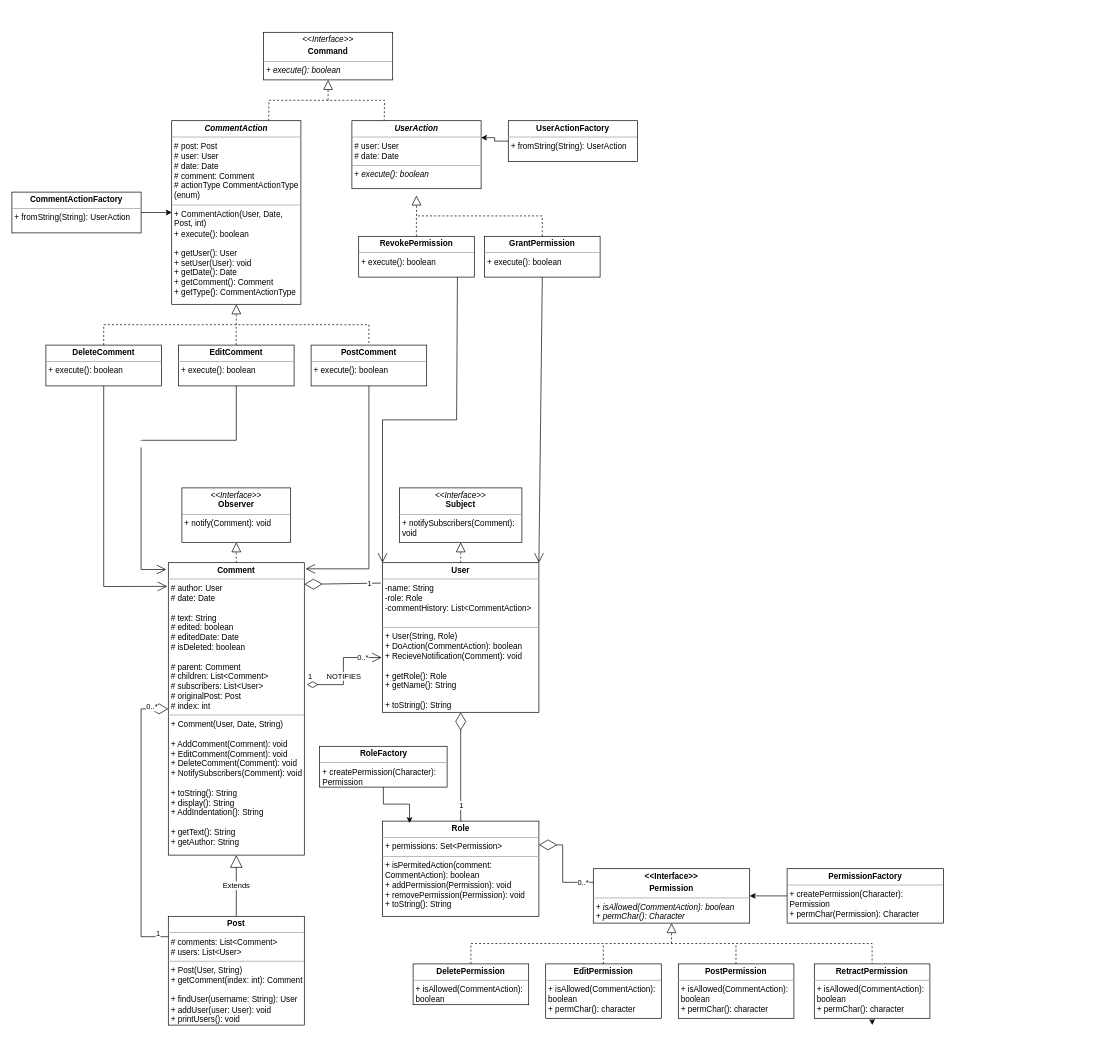
Above: UML.drawio in pricedown/ThreadedComments (draw.io), before the change. Source tidied: cells renumbered, new cells numbered last; positions are measured from the earlier drawing's top-left corner, leaving out a move shared by most shapes. Both pictures are drawn from the tidied source at 68%, with x=0, y=0 at pixel (12, 12).
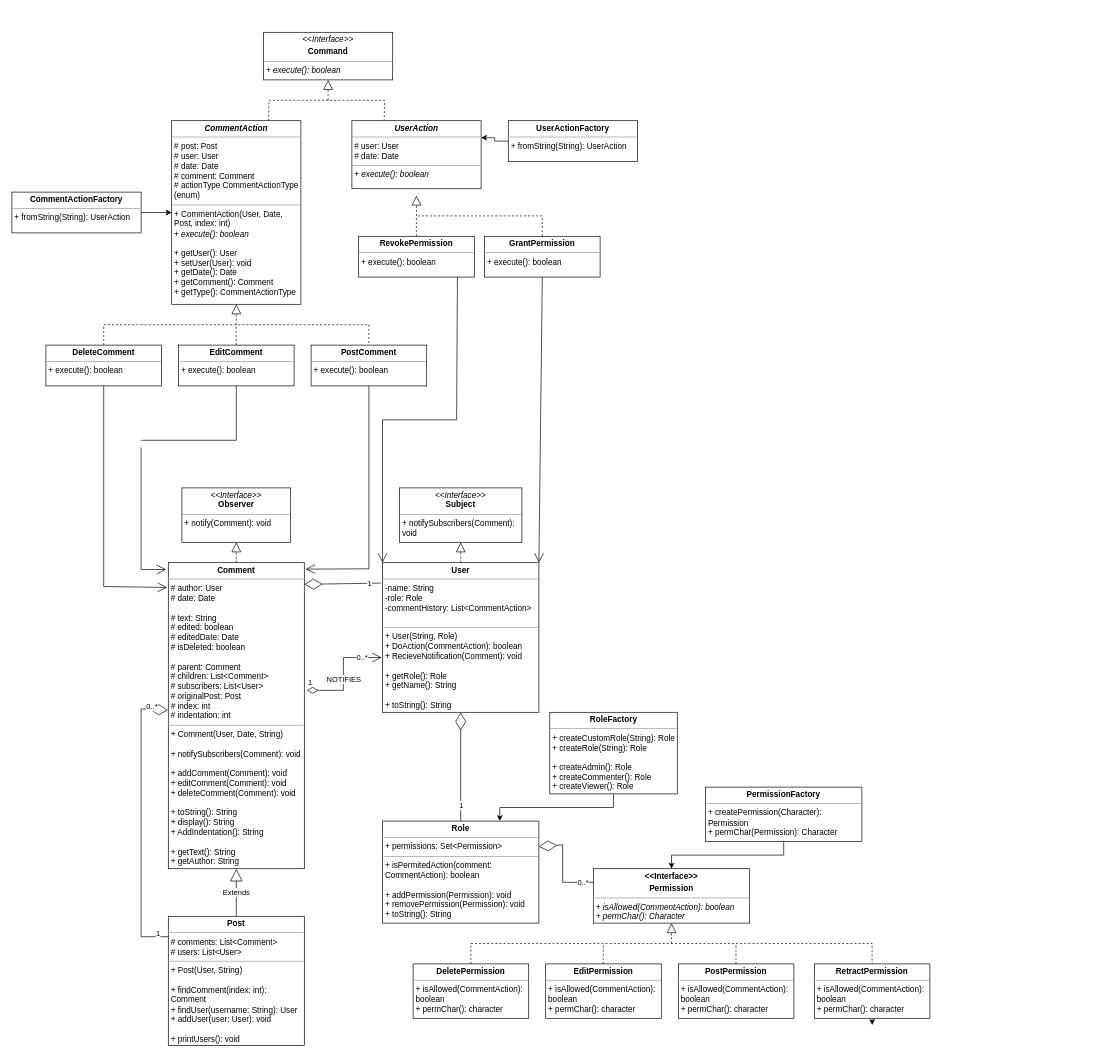
Above is the later version.

The change refers to these unchanged cells:
```xml
<mxCell id="14" style="group;" parent="13" vertex="1">
  <mxGeometry width="1090" height="640" as="geometry" />
</mxCell>
<mxCell id="15" style="group;" parent="14" vertex="1">
  <mxGeometry x="35" y="380" width="825" height="290" as="geometry" />
</mxCell>
<mxCell id="17" value="&lt;p style=&quot;margin:0px;margin-top:4px;text-align:center;&quot;&gt;&lt;b&gt;&amp;lt;&amp;lt;Interface&amp;gt;&amp;gt;&lt;/b&gt;&lt;/p&gt;&lt;p style=&quot;margin:0px;margin-top:4px;text-align:center;&quot;&gt;&lt;b&gt;Permission&lt;/b&gt;&lt;/p&gt;&lt;hr size=&quot;1&quot;&gt;&lt;p style=&quot;margin:0px;margin-left:4px;&quot;&gt;&lt;span style=&quot;background-color: initial;&quot;&gt;&lt;i&gt;+ isAllowed(CommentAction): boolean&lt;/i&gt;&lt;/span&gt;&lt;/p&gt;&lt;p style=&quot;margin:0px;margin-left:4px;&quot;&gt;&lt;i&gt;+ permChar(): Character&lt;/i&gt;&lt;/p&gt;" style="verticalAlign=top;align=left;overflow=fill;fontSize=12;fontFamily=Helvetica;html=1;whiteSpace=wrap;" parent="15" vertex="1">
  <mxGeometry x="310" y="70" width="230" height="80" as="geometry" />
</mxCell>
<mxCell id="41" style="group;" parent="40" vertex="1">
  <mxGeometry width="560" height="390" as="geometry" />
</mxCell>
```

What changed in the source:
```diff
@@
     <mxCell id="2" style="group;" parent="1" vertex="1">
-      <mxGeometry x="190" y="810" width="240" height="680" as="geometry" />
+      <mxGeometry x="190" y="810" width="240" height="710" as="geometry" />
     </mxCell>
     <mxCell id="3" style="group;" parent="2" vertex="1">
-      <mxGeometry width="240" height="680" as="geometry" />
+      <mxGeometry width="240" height="710" as="geometry" />
     </mxCell>
-    <mxCell id="4" value="&lt;p style=&quot;margin:0px;margin-top:4px;text-align:center;&quot;&gt;&lt;b&gt;Comment&lt;/b&gt;&lt;/p&gt;&lt;hr size=&quot;1&quot;&gt;&lt;p style=&quot;margin:0px;margin-left:4px;&quot;&gt;# author: User&lt;/p&gt;&lt;p style=&quot;margin:0px;margin-left:4px;&quot;&gt;# date: Date&lt;/p&gt;&lt;p style=&quot;margin:0px;margin-left:4px;&quot;&gt;&lt;br&gt;&lt;/p&gt;&lt;p style=&quot;margin:0px;margin-left:4px;&quot;&gt;# text: String&lt;/p&gt;&lt;p style=&quot;margin:0px;margin-left:4px;&quot;&gt;# edited: boolean&lt;/p&gt;&lt;p style=&quot;margin:0px;margin-left:4px;&quot;&gt;# editedDate: Date&lt;/p&gt;&lt;p style=&quot;margin:0px;margin-left:4px;&quot;&gt;# isDeleted: boolean&lt;/p&gt;&lt;p style=&quot;margin:0px;margin-left:4px;&quot;&gt;&lt;br&gt;&lt;/p&gt;&lt;p style=&quot;margin:0px;margin-left:4px;&quot;&gt;# parent: Comment&lt;/p&gt;&lt;p style=&quot;margin:0px;margin-left:4px;&quot;&gt;# children: List&amp;lt;Comment&amp;gt;&lt;/p&gt;&lt;p style=&quot;margin:0px;margin-left:4px;&quot;&gt;# subscribers: List&amp;lt;User&amp;gt;&lt;/p&gt;&lt;p style=&quot;border-color: var(--border-color); margin: 0px 0px 0px 4px;&quot;&gt;# originalPost: Post&lt;/p&gt;&lt;p style=&quot;border-color: var(--border-color); margin: 0px 0px 0px 4px;&quot;&gt;# index: int&lt;/p&gt;&lt;hr size=&quot;1&quot;&gt;&lt;p style=&quot;margin:0px;margin-left:4px;&quot;&gt;+ Comment(User, Date, String)&lt;/p&gt;&lt;p style=&quot;margin:0px;margin-left:4px;&quot;&gt;&lt;br&gt;&lt;/p&gt;&lt;p style=&quot;margin:0px;margin-left:4px;&quot;&gt;&lt;span style=&quot;background-color: initial;&quot;&gt;+ AddComment(Comment): void&lt;/span&gt;&lt;br&gt;&lt;/p&gt;&lt;p style=&quot;margin:0px;margin-left:4px;&quot;&gt;&lt;span style=&quot;background-color: initial;&quot;&gt;+ EditComment(Comment): void&lt;/span&gt;&lt;/p&gt;&lt;p style=&quot;margin:0px;margin-left:4px;&quot;&gt;&lt;span style=&quot;background-color: initial;&quot;&gt;+ DeleteComment(Comment): void&lt;/span&gt;&lt;/p&gt;&lt;p style=&quot;margin:0px;margin-left:4px;&quot;&gt;+ NotifySubscribers(Comment): void&lt;/p&gt;&lt;p style=&quot;margin:0px;margin-left:4px;&quot;&gt;&lt;br&gt;&lt;/p&gt;&lt;p style=&quot;margin:0px;margin-left:4px;&quot;&gt;+ toString(): String&lt;/p&gt;&lt;p style=&quot;margin:0px;margin-left:4px;&quot;&gt;+ display(): String&lt;/p&gt;&lt;p style=&quot;margin:0px;margin-left:4px;&quot;&gt;+ AddIndentation(): String&lt;/p&gt;&lt;p style=&quot;margin:0px;margin-left:4px;&quot;&gt;&lt;br&gt;&lt;/p&gt;&lt;p style=&quot;margin:0px;margin-left:4px;&quot;&gt;+ getText(): String&lt;/p&gt;&lt;p style=&quot;margin:0px;margin-left:4px;&quot;&gt;+ getAuthor: String&lt;/p&gt;" style="verticalAlign=top;align=left;overflow=fill;fontSize=12;fontFamily=Helvetica;html=1;whiteSpace=wrap;" parent="3" vertex="1">
-      <mxGeometry x="40" width="200" height="430" as="geometry" />
+    <mxCell id="4" value="&lt;p style=&quot;margin:0px;margin-top:4px;text-align:center;&quot;&gt;&lt;b&gt;Comment&lt;/b&gt;&lt;/p&gt;&lt;hr size=&quot;1&quot;&gt;&lt;p style=&quot;margin:0px;margin-left:4px;&quot;&gt;# author: User&lt;/p&gt;&lt;p style=&quot;margin:0px;margin-left:4px;&quot;&gt;# date: Date&lt;/p&gt;&lt;p style=&quot;margin:0px;margin-left:4px;&quot;&gt;&lt;br&gt;&lt;/p&gt;&lt;p style=&quot;margin:0px;margin-left:4px;&quot;&gt;# text: String&lt;/p&gt;&lt;p style=&quot;margin:0px;margin-left:4px;&quot;&gt;# edited: boolean&lt;/p&gt;&lt;p style=&quot;margin:0px;margin-left:4px;&quot;&gt;# editedDate: Date&lt;/p&gt;&lt;p style=&quot;margin:0px;margin-left:4px;&quot;&gt;# isDeleted: boolean&lt;/p&gt;&lt;p style=&quot;margin:0px;margin-left:4px;&quot;&gt;&lt;br&gt;&lt;/p&gt;&lt;p style=&quot;margin:0px;margin-left:4px;&quot;&gt;# parent: Comment&lt;/p&gt;&lt;p style=&quot;margin:0px;margin-left:4px;&quot;&gt;# children: List&amp;lt;Comment&amp;gt;&lt;/p&gt;&lt;p style=&quot;margin:0px;margin-left:4px;&quot;&gt;# subscribers: List&amp;lt;User&amp;gt;&lt;/p&gt;&lt;p style=&quot;border-color: var(--border-color); margin: 0px 0px 0px 4px;&quot;&gt;# originalPost: Post&lt;/p&gt;&lt;p style=&quot;border-color: var(--border-color); margin: 0px 0px 0px 4px;&quot;&gt;# index: int&lt;/p&gt;&lt;p style=&quot;border-color: var(--border-color); margin: 0px 0px 0px 4px;&quot;&gt;# indentation: int&lt;/p&gt;&lt;hr size=&quot;1&quot;&gt;&lt;p style=&quot;margin:0px;margin-left:4px;&quot;&gt;+ Comment(User, Date, String)&lt;/p&gt;&lt;p style=&quot;margin:0px;margin-left:4px;&quot;&gt;&lt;br&gt;&lt;/p&gt;&lt;p style=&quot;border-color: var(--border-color); margin: 0px 0px 0px 4px;&quot;&gt;+ notifySubscribers(Comment): void&lt;/p&gt;&lt;p style=&quot;border-color: var(--border-color); margin: 0px 0px 0px 4px;&quot;&gt;&lt;br&gt;&lt;/p&gt;&lt;p style=&quot;margin:0px;margin-left:4px;&quot;&gt;&lt;span style=&quot;background-color: initial;&quot;&gt;+ addComment(Comment): void&lt;/span&gt;&lt;br&gt;&lt;/p&gt;&lt;p style=&quot;margin:0px;margin-left:4px;&quot;&gt;&lt;span style=&quot;background-color: initial;&quot;&gt;+ editComment(Comment): void&lt;/span&gt;&lt;/p&gt;&lt;p style=&quot;margin:0px;margin-left:4px;&quot;&gt;&lt;span style=&quot;background-color: initial;&quot;&gt;+ deleteComment(Comment): void&lt;/span&gt;&lt;/p&gt;&lt;p style=&quot;margin:0px;margin-left:4px;&quot;&gt;&lt;br&gt;&lt;/p&gt;&lt;p style=&quot;margin:0px;margin-left:4px;&quot;&gt;+ toString(): String&lt;/p&gt;&lt;p style=&quot;margin:0px;margin-left:4px;&quot;&gt;+ display(): String&lt;/p&gt;&lt;p style=&quot;margin:0px;margin-left:4px;&quot;&gt;+ AddIndentation(): String&lt;/p&gt;&lt;p style=&quot;margin:0px;margin-left:4px;&quot;&gt;&lt;br&gt;&lt;/p&gt;&lt;p style=&quot;margin:0px;margin-left:4px;&quot;&gt;+ getText(): String&lt;/p&gt;&lt;p style=&quot;margin:0px;margin-left:4px;&quot;&gt;+ getAuthor: String&lt;/p&gt;" style="verticalAlign=top;align=left;overflow=fill;fontSize=12;fontFamily=Helvetica;html=1;whiteSpace=wrap;" parent="3" vertex="1">
+      <mxGeometry x="40" width="200" height="450" as="geometry" />
     </mxCell>
-    <mxCell id="5" value="&lt;p style=&quot;margin:0px;margin-top:4px;text-align:center;&quot;&gt;&lt;b&gt;Post&lt;/b&gt;&lt;/p&gt;&lt;hr size=&quot;1&quot;&gt;&lt;p style=&quot;margin:0px;margin-left:4px;&quot;&gt;&lt;span style=&quot;background-color: initial;&quot;&gt;# comments: List&amp;lt;Comment&amp;gt;&lt;/span&gt;&lt;br&gt;&lt;/p&gt;&lt;p style=&quot;margin:0px;margin-left:4px;&quot;&gt;# users: List&amp;lt;User&amp;gt;&lt;/p&gt;&lt;hr size=&quot;1&quot;&gt;&lt;p style=&quot;margin:0px;margin-left:4px;&quot;&gt;+ Post(User, String)&lt;/p&gt;&lt;p style=&quot;margin:0px;margin-left:4px;&quot;&gt;+ getComment(index: int): Comment&lt;/p&gt;&lt;p style=&quot;margin:0px;margin-left:4px;&quot;&gt;&lt;br&gt;&lt;/p&gt;&lt;p style=&quot;margin:0px;margin-left:4px;&quot;&gt;+ findUser(username: String): User&lt;/p&gt;&lt;p style=&quot;margin:0px;margin-left:4px;&quot;&gt;+ addUser(user: User): void&lt;/p&gt;&lt;p style=&quot;margin:0px;margin-left:4px;&quot;&gt;+ printUsers(): void&lt;/p&gt;" style="verticalAlign=top;align=left;overflow=fill;fontSize=12;fontFamily=Helvetica;html=1;whiteSpace=wrap;" parent="3" vertex="1">
-      <mxGeometry x="40" y="520" width="200" height="160" as="geometry" />
+    <mxCell id="5" value="&lt;p style=&quot;margin:0px;margin-top:4px;text-align:center;&quot;&gt;&lt;b&gt;Post&lt;/b&gt;&lt;/p&gt;&lt;hr size=&quot;1&quot;&gt;&lt;p style=&quot;margin:0px;margin-left:4px;&quot;&gt;&lt;span style=&quot;background-color: initial;&quot;&gt;# comments: List&amp;lt;Comment&amp;gt;&lt;/span&gt;&lt;br&gt;&lt;/p&gt;&lt;p style=&quot;margin:0px;margin-left:4px;&quot;&gt;# users: List&amp;lt;User&amp;gt;&lt;/p&gt;&lt;hr size=&quot;1&quot;&gt;&lt;p style=&quot;margin:0px;margin-left:4px;&quot;&gt;+ Post(User, String)&lt;/p&gt;&lt;p style=&quot;margin:0px;margin-left:4px;&quot;&gt;&lt;br&gt;&lt;/p&gt;&lt;p style=&quot;margin:0px;margin-left:4px;&quot;&gt;+ findComment(index: int): Comment&lt;/p&gt;&lt;p style=&quot;margin:0px;margin-left:4px;&quot;&gt;+ findUser(username: String): User&lt;/p&gt;&lt;p style=&quot;margin:0px;margin-left:4px;&quot;&gt;+ addUser(user: User): void&lt;/p&gt;&lt;p style=&quot;margin:0px;margin-left:4px;&quot;&gt;&lt;br&gt;&lt;/p&gt;&lt;p style=&quot;margin:0px;margin-left:4px;&quot;&gt;+ printUsers(): void&lt;/p&gt;" style="verticalAlign=top;align=left;overflow=fill;fontSize=12;fontFamily=Helvetica;html=1;whiteSpace=wrap;" parent="3" vertex="1">
+      <mxGeometry x="40" y="520" width="200" height="190" as="geometry" />
     </mxCell>
@@
-    <mxCell id="7" style="endArrow=diamondThin;endFill=0;endSize=24;html=1;rounded=0;entryX=0;entryY=0.5;entryDx=0;entryDy=0;" parent="3" edge="1" target="4">
+    <mxCell id="7" style="endArrow=diamondThin;endFill=0;endSize=24;html=1;rounded=0;entryX=-0.003;entryY=0.482;entryDx=0;entryDy=0;entryPerimeter=0;" parent="3" edge="1" target="4">
       <mxGeometry relative="1" as="geometry">
         <mxPoint x="40" y="550" as="sourcePoint" />
         <Array as="points">
           <mxPoint y="550" />
           <mxPoint y="215" />
         </Array>
       </mxGeometry>
     </mxCell>
@@
-    <mxCell id="16" value="&lt;p style=&quot;margin:0px;margin-top:4px;text-align:center;&quot;&gt;&lt;b&gt;Role&lt;/b&gt;&lt;/p&gt;&lt;hr size=&quot;1&quot;&gt;&lt;p style=&quot;margin:0px;margin-left:4px;&quot;&gt;&lt;span style=&quot;background-color: initial;&quot;&gt;+ permissions: Set&amp;lt;Permission&amp;gt;&lt;/span&gt;&lt;span style=&quot;background-color: initial;&quot;&gt;&amp;nbsp;&lt;/span&gt;&lt;/p&gt;&lt;hr size=&quot;1&quot;&gt;&lt;p style=&quot;margin:0px;margin-left:4px;&quot;&gt;+ isPermitedAction(comment: CommentAction): boolean&lt;/p&gt;&lt;p style=&quot;margin:0px;margin-left:4px;&quot;&gt;+ addPermission(Permission): void&lt;/p&gt;&lt;p style=&quot;margin:0px;margin-left:4px;&quot;&gt;+ removePermission(Permission): void&lt;/p&gt;&lt;p style=&quot;margin:0px;margin-left:4px;&quot;&gt;+ toString(): String&lt;/p&gt;" style="verticalAlign=top;align=left;overflow=fill;fontSize=12;fontFamily=Helvetica;html=1;whiteSpace=wrap;" parent="15" vertex="1">
-      <mxGeometry width="230" height="140" as="geometry" />
+    <mxCell id="16" value="&lt;p style=&quot;margin:0px;margin-top:4px;text-align:center;&quot;&gt;&lt;b&gt;Role&lt;/b&gt;&lt;/p&gt;&lt;hr size=&quot;1&quot;&gt;&lt;p style=&quot;margin:0px;margin-left:4px;&quot;&gt;&lt;span style=&quot;background-color: initial;&quot;&gt;+ permissions: Set&amp;lt;Permission&amp;gt;&lt;/span&gt;&lt;span style=&quot;background-color: initial;&quot;&gt;&amp;nbsp;&lt;/span&gt;&lt;/p&gt;&lt;hr size=&quot;1&quot;&gt;&lt;p style=&quot;margin:0px;margin-left:4px;&quot;&gt;+ isPermitedAction(comment: CommentAction): boolean&lt;/p&gt;&lt;p style=&quot;margin:0px;margin-left:4px;&quot;&gt;&lt;br&gt;&lt;/p&gt;&lt;p style=&quot;margin:0px;margin-left:4px;&quot;&gt;+ addPermission(Permission): void&lt;/p&gt;&lt;p style=&quot;margin:0px;margin-left:4px;&quot;&gt;+ removePermission(Permission): void&lt;/p&gt;&lt;p style=&quot;margin:0px;margin-left:4px;&quot;&gt;+ toString(): String&lt;/p&gt;" style="verticalAlign=top;align=left;overflow=fill;fontSize=12;fontFamily=Helvetica;html=1;whiteSpace=wrap;" parent="15" vertex="1">
+      <mxGeometry width="230" height="150" as="geometry" />
     </mxCell>
@@
-    <mxCell id="18" value="&lt;p style=&quot;margin:0px;margin-top:4px;text-align:center;&quot;&gt;&lt;b style=&quot;background-color: initial;&quot;&gt;DeletePermission&lt;/b&gt;&lt;br&gt;&lt;/p&gt;&lt;hr size=&quot;1&quot;&gt;&lt;p style=&quot;margin:0px;margin-left:4px;&quot;&gt;&lt;span style=&quot;background-color: initial;&quot;&gt;+ isAllowed(CommentAction): boolean&lt;/span&gt;&lt;/p&gt;" style="verticalAlign=top;align=left;overflow=fill;fontSize=12;fontFamily=Helvetica;html=1;whiteSpace=wrap;" parent="15" vertex="1">
-      <mxGeometry x="45" y="210" width="170" height="60" as="geometry" />
+    <mxCell id="18" value="&lt;p style=&quot;margin:0px;margin-top:4px;text-align:center;&quot;&gt;&lt;b style=&quot;background-color: initial;&quot;&gt;DeletePermission&lt;/b&gt;&lt;br&gt;&lt;/p&gt;&lt;hr size=&quot;1&quot;&gt;&lt;p style=&quot;margin:0px;margin-left:4px;&quot;&gt;&lt;span style=&quot;background-color: initial;&quot;&gt;+ isAllowed(CommentAction): boolean&lt;/span&gt;&lt;/p&gt;&lt;p style=&quot;margin:0px;margin-left:4px;&quot;&gt;&lt;span style=&quot;background-color: initial;&quot;&gt;+ permChar(): character&lt;/span&gt;&lt;/p&gt;" style="verticalAlign=top;align=left;overflow=fill;fontSize=12;fontFamily=Helvetica;html=1;whiteSpace=wrap;" parent="15" vertex="1">
+      <mxGeometry x="45" y="210" width="170" height="80" as="geometry" />
     </mxCell>
@@
-    <mxCell id="29" style="edgeStyle=orthogonalEdgeStyle;rounded=0;jettySize=auto;html=1;" parent="15" edge="1" source="30" target="17">
-      <mxGeometry relative="1" as="geometry" />
-    </mxCell>
-    <mxCell id="30" value="&lt;p style=&quot;margin:0px;margin-top:4px;text-align:center;&quot;&gt;&lt;b&gt;PermissionFactory&lt;/b&gt;&lt;/p&gt;&lt;hr size=&quot;1&quot;&gt;&lt;p style=&quot;margin:0px;margin-left:4px;&quot;&gt;+ createPermission(Character): Permission&lt;/p&gt;&lt;p style=&quot;margin:0px;margin-left:4px;&quot;&gt;+ permChar(Permission): Character&lt;/p&gt;" style="verticalAlign=top;align=left;overflow=fill;fontSize=12;fontFamily=Helvetica;html=1;whiteSpace=wrap;" parent="15" vertex="1">
-      <mxGeometry x="595" y="70" width="230" height="80" as="geometry" />
-    </mxCell>
@@
-    <mxCell id="34" value="&lt;p style=&quot;margin:0px;margin-top:4px;text-align:center;&quot;&gt;&lt;b&gt;RoleFactory&lt;/b&gt;&lt;/p&gt;&lt;hr size=&quot;1&quot;&gt;&lt;p style=&quot;margin:0px;margin-left:4px;&quot;&gt;+ createPermission(Character): Permission&lt;/p&gt;" style="verticalAlign=top;align=left;overflow=fill;fontSize=12;fontFamily=Helvetica;html=1;whiteSpace=wrap;" parent="14" vertex="1">
-      <mxGeometry x="-57.5" y="270" width="187.5" height="60" as="geometry" />
+    <mxCell id="34" value="&lt;p style=&quot;margin:0px;margin-top:4px;text-align:center;&quot;&gt;&lt;b&gt;RoleFactory&lt;/b&gt;&lt;/p&gt;&lt;hr size=&quot;1&quot;&gt;&lt;p style=&quot;margin:0px;margin-left:4px;&quot;&gt;+ createCustomRole(String): Role&lt;/p&gt;&lt;p style=&quot;margin:0px;margin-left:4px;&quot;&gt;+ createRole(String): Role&lt;/p&gt;&lt;p style=&quot;margin:0px;margin-left:4px;&quot;&gt;&lt;br&gt;&lt;/p&gt;&lt;p style=&quot;margin:0px;margin-left:4px;&quot;&gt;+ createAdmin(): Role&lt;/p&gt;&lt;p style=&quot;margin:0px;margin-left:4px;&quot;&gt;+ createCommenter(): Role&lt;/p&gt;&lt;p style=&quot;margin:0px;margin-left:4px;&quot;&gt;+ createViewer(): Role&lt;/p&gt;" style="verticalAlign=top;align=left;overflow=fill;fontSize=12;fontFamily=Helvetica;html=1;whiteSpace=wrap;" parent="14" vertex="1">
+      <mxGeometry x="281" y="220" width="187.5" height="120" as="geometry" />
     </mxCell>
-    <mxCell id="35" style="edgeStyle=orthogonalEdgeStyle;rounded=0;jettySize=auto;html=1;entryX=0.173;entryY=0.021;entryDx=0;entryDy=0;exitX=0.5;exitY=1;exitDx=0;exitDy=0;entryPerimeter=0;" parent="14" edge="1" source="34" target="16">
+    <mxCell id="35" style="edgeStyle=orthogonalEdgeStyle;rounded=0;jettySize=auto;html=1;entryX=0.75;entryY=0;entryDx=0;entryDy=0;exitX=0.5;exitY=1;exitDx=0;exitDy=0;" parent="14" edge="1" source="34" target="16">
       <mxGeometry relative="1" as="geometry" />
     </mxCell>
+    <mxCell id="30" value="&lt;p style=&quot;margin:0px;margin-top:4px;text-align:center;&quot;&gt;&lt;b&gt;PermissionFactory&lt;/b&gt;&lt;/p&gt;&lt;hr size=&quot;1&quot;&gt;&lt;p style=&quot;margin:0px;margin-left:4px;&quot;&gt;+ createPermission(Character): Permission&lt;/p&gt;&lt;p style=&quot;margin:0px;margin-left:4px;&quot;&gt;+ permChar(Permission): Character&lt;/p&gt;" style="verticalAlign=top;align=left;overflow=fill;fontSize=12;fontFamily=Helvetica;html=1;whiteSpace=wrap;" parent="14" vertex="1">
+      <mxGeometry x="510" y="330" width="230" height="80" as="geometry" />
+    </mxCell>
+    <mxCell id="29" style="edgeStyle=orthogonalEdgeStyle;rounded=0;jettySize=auto;html=1;" parent="14" edge="1" source="30" target="17">
+      <mxGeometry relative="1" as="geometry" />
+    </mxCell>
@@
-    <mxCell id="46" value="&lt;p style=&quot;margin:0px;margin-top:4px;text-align:center;&quot;&gt;&lt;b&gt;&lt;i&gt;CommentAction&lt;/i&gt;&lt;/b&gt;&lt;/p&gt;&lt;hr size=&quot;1&quot;&gt;&lt;p style=&quot;margin:0px;margin-left:4px;&quot;&gt;&lt;span style=&quot;background-color: initial;&quot;&gt;# post: Post&lt;/span&gt;&lt;br&gt;&lt;/p&gt;&lt;p style=&quot;margin:0px;margin-left:4px;&quot;&gt;# user: User&lt;/p&gt;&lt;p style=&quot;margin:0px;margin-left:4px;&quot;&gt;# date: Date&lt;/p&gt;&lt;p style=&quot;margin:0px;margin-left:4px;&quot;&gt;# comment: Comment&lt;/p&gt;&lt;p style=&quot;margin:0px;margin-left:4px;&quot;&gt;# actionType CommentActionType (enum)&lt;/p&gt;&lt;hr size=&quot;1&quot;&gt;&lt;p style=&quot;margin:0px;margin-left:4px;&quot;&gt;+ CommentAction(User, Date, Post, int)&lt;/p&gt;&lt;p style=&quot;margin:0px;margin-left:4px;&quot;&gt;+ execute(): boolean&lt;/p&gt;&lt;p style=&quot;margin:0px;margin-left:4px;&quot;&gt;&lt;br&gt;&lt;/p&gt;&lt;p style=&quot;margin:0px;margin-left:4px;&quot;&gt;+ getUser(): User&lt;/p&gt;&lt;p style=&quot;margin:0px;margin-left:4px;&quot;&gt;+ setUser(User): void&lt;/p&gt;&lt;p style=&quot;margin:0px;margin-left:4px;&quot;&gt;+ getDate(): Date&lt;/p&gt;&lt;p style=&quot;margin:0px;margin-left:4px;&quot;&gt;+ getComment(): Comment&lt;/p&gt;&lt;p style=&quot;margin:0px;margin-left:4px;&quot;&gt;+ getType(): CommentActionType&lt;/p&gt;" style="verticalAlign=top;align=left;overflow=fill;fontSize=12;fontFamily=Helvetica;html=1;whiteSpace=wrap;" parent="41" vertex="1">
+    <mxCell id="46" value="&lt;p style=&quot;margin:0px;margin-top:4px;text-align:center;&quot;&gt;&lt;b&gt;&lt;i&gt;CommentAction&lt;/i&gt;&lt;/b&gt;&lt;/p&gt;&lt;hr size=&quot;1&quot;&gt;&lt;p style=&quot;margin:0px;margin-left:4px;&quot;&gt;&lt;span style=&quot;background-color: initial;&quot;&gt;# post: Post&lt;/span&gt;&lt;br&gt;&lt;/p&gt;&lt;p style=&quot;margin:0px;margin-left:4px;&quot;&gt;# user: User&lt;/p&gt;&lt;p style=&quot;margin:0px;margin-left:4px;&quot;&gt;# date: Date&lt;/p&gt;&lt;p style=&quot;margin:0px;margin-left:4px;&quot;&gt;# comment: Comment&lt;/p&gt;&lt;p style=&quot;margin:0px;margin-left:4px;&quot;&gt;# actionType CommentActionType (enum)&lt;/p&gt;&lt;hr size=&quot;1&quot;&gt;&lt;p style=&quot;margin:0px;margin-left:4px;&quot;&gt;+ CommentAction(User, Date, Post, index: int)&lt;/p&gt;&lt;p style=&quot;margin:0px;margin-left:4px;&quot;&gt;&lt;i&gt;+ execute(): boolean&lt;/i&gt;&lt;/p&gt;&lt;p style=&quot;margin:0px;margin-left:4px;&quot;&gt;&lt;br&gt;&lt;/p&gt;&lt;p style=&quot;margin:0px;margin-left:4px;&quot;&gt;+ getUser(): User&lt;/p&gt;&lt;p style=&quot;margin:0px;margin-left:4px;&quot;&gt;+ setUser(User): void&lt;/p&gt;&lt;p style=&quot;margin:0px;margin-left:4px;&quot;&gt;+ getDate(): Date&lt;/p&gt;&lt;p style=&quot;margin:0px;margin-left:4px;&quot;&gt;+ getComment(): Comment&lt;/p&gt;&lt;p style=&quot;margin:0px;margin-left:4px;&quot;&gt;+ getType(): CommentActionType&lt;/p&gt;" style="verticalAlign=top;align=left;overflow=fill;fontSize=12;fontFamily=Helvetica;html=1;whiteSpace=wrap;" parent="41" vertex="1">
       <mxGeometry x="185" width="190" height="270" as="geometry" />
     </mxCell>
```
